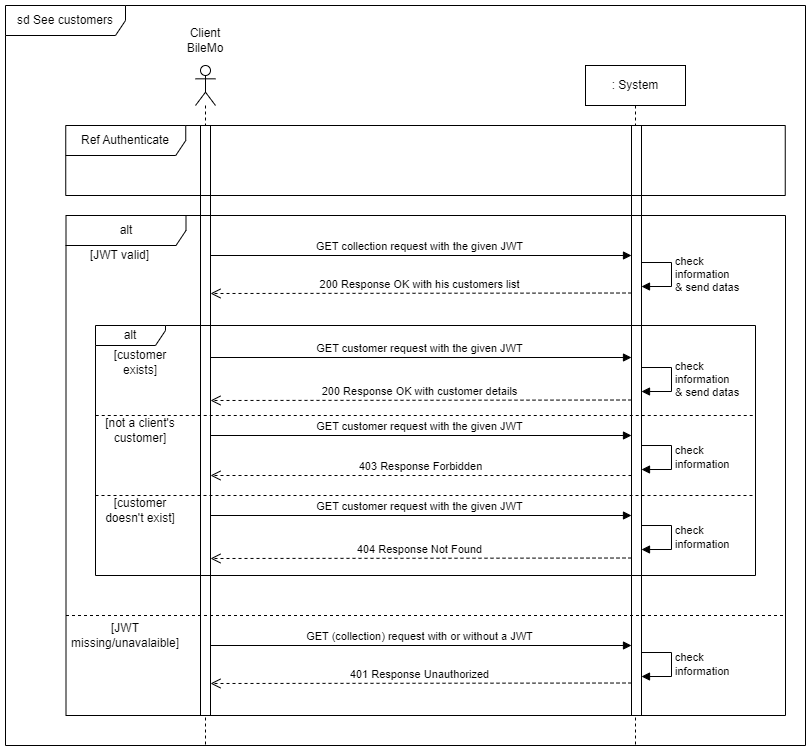
Before: UML diagrams/Seq-See_customers.drawio.png, a diagram exported from draw.io (David-Renard/OC-p7). Source tidied: cells renumbered, new cells last; positions are measured from the earlier drawing's top-left corner, leaving out a move shared by most shapes. Its diagram source:
```xml
<mxGraphModel>
  <root>
    <mxCell id="0" />
    <mxCell id="1" parent="0" />
    <mxCell id="2" value="GET customer request with the given JWT" style="html=1;verticalAlign=bottom;endArrow=block;edgeStyle=elbowEdgeStyle;elbow=vertical;curved=0;rounded=0;" parent="1" edge="1">
      <mxGeometry relative="1" as="geometry">
        <mxPoint x="201" y="430" as="sourcePoint" />
        <mxPoint x="626" y="430" as="targetPoint" />
      </mxGeometry>
    </mxCell>
    <mxCell id="3" value="GET (collection) request with or without a JWT" style="html=1;verticalAlign=bottom;endArrow=block;edgeStyle=elbowEdgeStyle;elbow=vertical;curved=0;rounded=0;" parent="1" edge="1">
      <mxGeometry relative="1" as="geometry">
        <mxPoint x="201" y="640" as="sourcePoint" />
        <mxPoint x="626" y="640" as="targetPoint" />
      </mxGeometry>
    </mxCell>
    <mxCell id="4" value="GET customer request with the given JWT" style="html=1;verticalAlign=bottom;endArrow=block;edgeStyle=elbowEdgeStyle;elbow=vertical;curved=0;rounded=0;" parent="1" edge="1">
      <mxGeometry relative="1" as="geometry">
        <mxPoint x="201" y="510" as="sourcePoint" />
        <mxPoint x="626" y="510" as="targetPoint" />
      </mxGeometry>
    </mxCell>
    <mxCell id="5" value="GET customer request with the given JWT" style="html=1;verticalAlign=bottom;endArrow=block;edgeStyle=elbowEdgeStyle;elbow=vertical;curved=0;rounded=0;" parent="1" edge="1">
      <mxGeometry relative="1" as="geometry">
        <mxPoint x="201" y="352" as="sourcePoint" />
        <mxPoint x="626" y="352" as="targetPoint" />
      </mxGeometry>
    </mxCell>
    <mxCell id="6" value="GET collection request with the given JWT" style="html=1;verticalAlign=bottom;endArrow=block;edgeStyle=elbowEdgeStyle;elbow=vertical;curved=0;rounded=0;" parent="1" edge="1">
      <mxGeometry relative="1" as="geometry">
        <mxPoint x="201" y="250" as="sourcePoint" />
        <mxPoint x="626" y="250" as="targetPoint" />
      </mxGeometry>
    </mxCell>
    <mxCell id="7" value="sd See customers" style="shape=umlFrame;whiteSpace=wrap;html=1;width=120;height=30;" parent="1" vertex="1">
      <mxGeometry width="800" height="740" as="geometry" />
    </mxCell>
    <mxCell id="8" style="shape=umlLifeline;perimeter=lifelinePerimeter;whiteSpace=wrap;html=1;newEdgeStyle={&quot;edgeStyle&quot;:&quot;elbowEdgeStyle&quot;,&quot;elbow&quot;:&quot;vertical&quot;,&quot;curved&quot;:0,&quot;rounded&quot;:0};participant=umlActor;" parent="1" vertex="1">
      <mxGeometry x="190" y="60" width="20" height="680" as="geometry" />
    </mxCell>
    <mxCell id="9" value="Client BileMo" style="text;html=1;strokeColor=none;fillColor=none;align=center;verticalAlign=middle;whiteSpace=wrap;rounded=0;" parent="1" vertex="1">
      <mxGeometry x="170" y="20" width="60" height="30" as="geometry" />
    </mxCell>
    <mxCell id="10" value=": System" style="shape=umlLifeline;perimeter=lifelinePerimeter;whiteSpace=wrap;html=1;newEdgeStyle={&quot;edgeStyle&quot;:&quot;elbowEdgeStyle&quot;,&quot;elbow&quot;:&quot;vertical&quot;,&quot;curved&quot;:0,&quot;rounded&quot;:0};" parent="1" vertex="1">
      <mxGeometry x="580" y="60" width="100" height="680" as="geometry" />
    </mxCell>
    <mxCell id="11" style="html=1;perimeter=orthogonalPerimeter;targetShapes=umlLifeline;newEdgeStyle={&quot;edgeStyle&quot;:&quot;elbowEdgeStyle&quot;,&quot;elbow&quot;:&quot;vertical&quot;,&quot;curved&quot;:0,&quot;rounded&quot;:0};" parent="1" vertex="1">
      <mxGeometry x="626" y="120" width="10" height="590" as="geometry" />
    </mxCell>
    <mxCell id="12" style="html=1;perimeter=orthogonalPerimeter;targetShapes=umlLifeline;newEdgeStyle={&quot;edgeStyle&quot;:&quot;elbowEdgeStyle&quot;,&quot;elbow&quot;:&quot;vertical&quot;,&quot;curved&quot;:0,&quot;rounded&quot;:0};" parent="1" vertex="1">
      <mxGeometry x="195" y="120" width="10" height="590" as="geometry" />
    </mxCell>
    <mxCell id="13" value="alt" style="shape=umlFrame;whiteSpace=wrap;html=1;width=120;height=30;" parent="1" vertex="1">
      <mxGeometry x="60.5" y="210" width="719.5" height="500" as="geometry" />
    </mxCell>
    <mxCell id="14" value="[JWT valid]" style="text;html=1;strokeColor=none;fillColor=none;align=center;verticalAlign=middle;whiteSpace=wrap;rounded=0;" parent="1" vertex="1">
      <mxGeometry x="60.2" y="240" width="108.8" height="20" as="geometry" />
    </mxCell>
    <mxCell id="15" value="check&lt;br&gt;information&lt;br&gt;&amp;amp; send datas" style="html=1;align=left;spacingLeft=2;endArrow=block;rounded=0;edgeStyle=orthogonalEdgeStyle;curved=0;rounded=0;" parent="1" edge="1">
      <mxGeometry relative="1" as="geometry">
        <mxPoint x="636" y="257" as="sourcePoint" />
        <mxPoint x="636" y="281" as="targetPoint" />
        <Array as="points">
          <mxPoint x="666" y="257" />
          <mxPoint x="666" y="281" />
          <mxPoint x="636" y="281" />
        </Array>
      </mxGeometry>
    </mxCell>
    <mxCell id="16" value="200 Response OK with his customers list" style="html=1;verticalAlign=bottom;endArrow=open;dashed=1;endSize=8;edgeStyle=elbowEdgeStyle;elbow=vertical;curved=0;rounded=0;" parent="1" edge="1">
      <mxGeometry relative="1" as="geometry">
        <mxPoint x="626" y="287.5" as="sourcePoint" />
        <mxPoint x="205" y="287.5" as="targetPoint" />
      </mxGeometry>
    </mxCell>
    <mxCell id="17" value="alt" style="shape=umlFrame;whiteSpace=wrap;html=1;width=70;height=20;" parent="1" vertex="1">
      <mxGeometry x="90" y="320" width="660" height="250" as="geometry" />
    </mxCell>
    <mxCell id="18" value="check&lt;br&gt;information&lt;br&gt;&amp;amp; send datas" style="html=1;align=left;spacingLeft=2;endArrow=block;rounded=0;edgeStyle=orthogonalEdgeStyle;curved=0;rounded=0;" parent="1" edge="1">
      <mxGeometry relative="1" as="geometry">
        <mxPoint x="636" y="362" as="sourcePoint" />
        <mxPoint x="636" y="386" as="targetPoint" />
        <Array as="points">
          <mxPoint x="666" y="362" />
          <mxPoint x="666" y="386" />
          <mxPoint x="636" y="386" />
        </Array>
      </mxGeometry>
    </mxCell>
    <mxCell id="19" value="200 Response OK with customer details" style="html=1;verticalAlign=bottom;endArrow=open;dashed=1;endSize=8;edgeStyle=elbowEdgeStyle;elbow=vertical;curved=0;rounded=0;" parent="1" edge="1">
      <mxGeometry relative="1" as="geometry">
        <mxPoint x="626" y="394.5" as="sourcePoint" />
        <mxPoint x="205" y="394.5" as="targetPoint" />
      </mxGeometry>
    </mxCell>
    <mxCell id="20" value="[customer exists]" style="text;html=1;strokeColor=none;fillColor=none;align=center;verticalAlign=middle;whiteSpace=wrap;rounded=0;" parent="1" vertex="1">
      <mxGeometry x="90" y="352" width="90" height="10" as="geometry" />
    </mxCell>
    <mxCell id="21" style="endArrow=none;dashed=1;html=1;rounded=0;entryX=0.997;entryY=0.647;entryDx=0;entryDy=0;entryPerimeter=0;" parent="1" edge="1">
      <mxGeometry relative="1" as="geometry">
        <mxPoint x="60.5" y="610" as="sourcePoint" />
        <mxPoint x="777.8" y="610" as="targetPoint" />
      </mxGeometry>
    </mxCell>
    <mxCell id="22" style="endArrow=none;dashed=1;html=1;rounded=0;" parent="1" edge="1">
      <mxGeometry relative="1" as="geometry">
        <mxPoint x="90" y="490" as="sourcePoint" />
        <mxPoint x="750" y="490" as="targetPoint" />
      </mxGeometry>
    </mxCell>
    <mxCell id="23" value="[customer doesn't exist]" style="text;html=1;strokeColor=none;fillColor=none;align=center;verticalAlign=middle;whiteSpace=wrap;rounded=0;" parent="1" vertex="1">
      <mxGeometry x="90" y="490" width="90" height="30" as="geometry" />
    </mxCell>
    <mxCell id="24" value="404 Response Not Found" style="html=1;verticalAlign=bottom;endArrow=open;dashed=1;endSize=8;edgeStyle=elbowEdgeStyle;elbow=vertical;curved=0;rounded=0;" parent="1" edge="1">
      <mxGeometry relative="1" as="geometry">
        <mxPoint x="626" y="552.5" as="sourcePoint" />
        <mxPoint x="205" y="552.5" as="targetPoint" />
      </mxGeometry>
    </mxCell>
    <mxCell id="25" value="check&lt;br&gt;information" style="html=1;align=left;spacingLeft=2;endArrow=block;rounded=0;edgeStyle=orthogonalEdgeStyle;curved=0;rounded=0;" parent="1" edge="1">
      <mxGeometry relative="1" as="geometry">
        <mxPoint x="636" y="520" as="sourcePoint" />
        <mxPoint x="636" y="544" as="targetPoint" />
        <Array as="points">
          <mxPoint x="666" y="520" />
          <mxPoint x="666" y="544" />
          <mxPoint x="636" y="544" />
        </Array>
      </mxGeometry>
    </mxCell>
    <mxCell id="26" value="check&lt;br&gt;information" style="html=1;align=left;spacingLeft=2;endArrow=block;rounded=0;edgeStyle=orthogonalEdgeStyle;curved=0;rounded=0;" parent="1" edge="1">
      <mxGeometry relative="1" as="geometry">
        <mxPoint x="636" y="647" as="sourcePoint" />
        <mxPoint x="636" y="671" as="targetPoint" />
        <Array as="points">
          <mxPoint x="666" y="647" />
          <mxPoint x="666" y="671" />
          <mxPoint x="636" y="671" />
        </Array>
      </mxGeometry>
    </mxCell>
    <mxCell id="27" value="401 Response Unauthorized" style="html=1;verticalAlign=bottom;endArrow=open;dashed=1;endSize=8;edgeStyle=elbowEdgeStyle;elbow=vertical;curved=0;rounded=0;" parent="1" edge="1">
      <mxGeometry relative="1" as="geometry">
        <mxPoint x="626" y="677.5" as="sourcePoint" />
        <mxPoint x="205" y="677.5" as="targetPoint" />
      </mxGeometry>
    </mxCell>
    <mxCell id="28" value="[JWT missing/unavalaible]" style="text;html=1;strokeColor=none;fillColor=none;align=center;verticalAlign=middle;whiteSpace=wrap;rounded=0;" parent="1" vertex="1">
      <mxGeometry x="60.2" y="620" width="119.8" height="20" as="geometry" />
    </mxCell>
    <mxCell id="29" value="Ref Authenticate" style="shape=umlFrame;whiteSpace=wrap;html=1;width=120;height=30;" parent="1" vertex="1">
      <mxGeometry x="60.2" y="120" width="719.5" height="70" as="geometry" />
    </mxCell>
    <mxCell id="30" style="endArrow=none;dashed=1;html=1;rounded=0;" parent="1" edge="1">
      <mxGeometry relative="1" as="geometry">
        <mxPoint x="90.2" y="410" as="sourcePoint" />
        <mxPoint x="750.2" y="410" as="targetPoint" />
      </mxGeometry>
    </mxCell>
    <mxCell id="31" value="[not a client's customer]" style="text;html=1;strokeColor=none;fillColor=none;align=center;verticalAlign=middle;whiteSpace=wrap;rounded=0;" parent="1" vertex="1">
      <mxGeometry x="90" y="410" width="90" height="30" as="geometry" />
    </mxCell>
    <mxCell id="32" value="403 Response Forbidden" style="html=1;verticalAlign=bottom;endArrow=open;dashed=1;endSize=8;edgeStyle=elbowEdgeStyle;elbow=vertical;curved=0;rounded=0;" parent="1" edge="1">
      <mxGeometry relative="1" as="geometry">
        <mxPoint x="626" y="470" as="sourcePoint" />
        <mxPoint x="205" y="470" as="targetPoint" />
      </mxGeometry>
    </mxCell>
    <mxCell id="33" value="check&lt;br&gt;information" style="html=1;align=left;spacingLeft=2;endArrow=block;rounded=0;edgeStyle=orthogonalEdgeStyle;curved=0;rounded=0;" parent="1" edge="1">
      <mxGeometry relative="1" as="geometry">
        <mxPoint x="636" y="440" as="sourcePoint" />
        <mxPoint x="636" y="464" as="targetPoint" />
        <Array as="points">
          <mxPoint x="666" y="440" />
          <mxPoint x="666" y="464" />
          <mxPoint x="636" y="464" />
        </Array>
      </mxGeometry>
    </mxCell>
  </root>
</mxGraphModel>
```
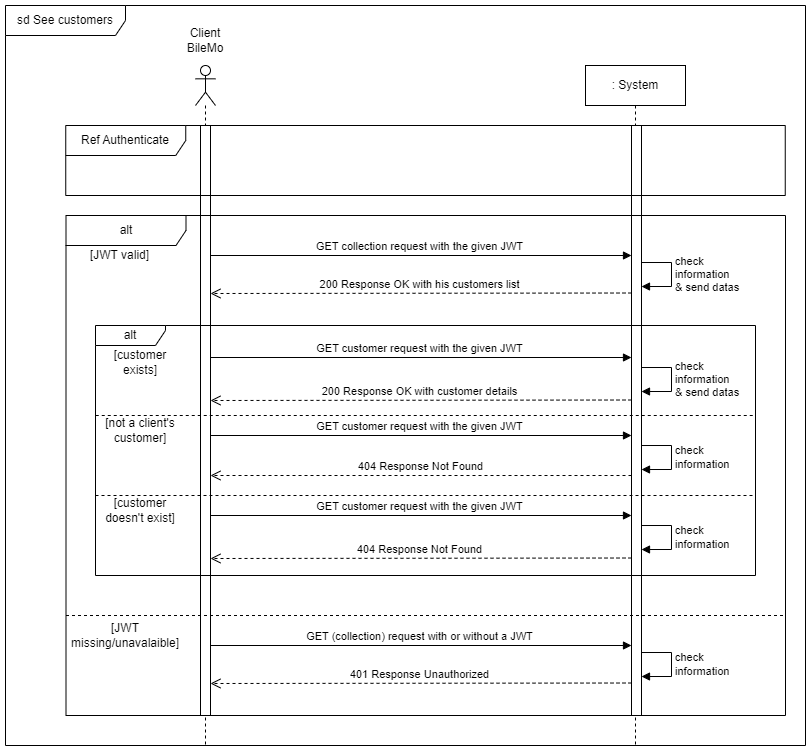
After the commit.

Change to the diagram source:
```diff
@@ -160,12 +160,6 @@
     <mxCell id="31" value="[not a client's customer]" style="text;html=1;strokeColor=none;fillColor=none;align=center;verticalAlign=middle;whiteSpace=wrap;rounded=0;" parent="1" vertex="1">
       <mxGeometry x="90" y="410" width="90" height="30" as="geometry" />
     </mxCell>
-    <mxCell id="32" value="403 Response Forbidden" style="html=1;verticalAlign=bottom;endArrow=open;dashed=1;endSize=8;edgeStyle=elbowEdgeStyle;elbow=vertical;curved=0;rounded=0;" parent="1" edge="1">
-      <mxGeometry relative="1" as="geometry">
-        <mxPoint x="626" y="470" as="sourcePoint" />
-        <mxPoint x="205" y="470" as="targetPoint" />
-      </mxGeometry>
-    </mxCell>
     <mxCell id="33" value="check&lt;br&gt;information" style="html=1;align=left;spacingLeft=2;endArrow=block;rounded=0;edgeStyle=orthogonalEdgeStyle;curved=0;rounded=0;" parent="1" edge="1">
       <mxGeometry relative="1" as="geometry">
         <mxPoint x="636" y="440" as="sourcePoint" />
@@ -177,5 +171,11 @@
         </Array>
       </mxGeometry>
     </mxCell>
+    <mxCell id="34" value="404 Response Not Found" style="html=1;verticalAlign=bottom;endArrow=open;dashed=1;endSize=8;edgeStyle=elbowEdgeStyle;elbow=vertical;curved=0;rounded=0;" parent="1" edge="1">
+      <mxGeometry relative="1" as="geometry">
+        <mxPoint x="626" y="470" as="sourcePoint" />
+        <mxPoint x="205" y="470" as="targetPoint" />
+      </mxGeometry>
+    </mxCell>
   </root>
 </mxGraphModel>
```
